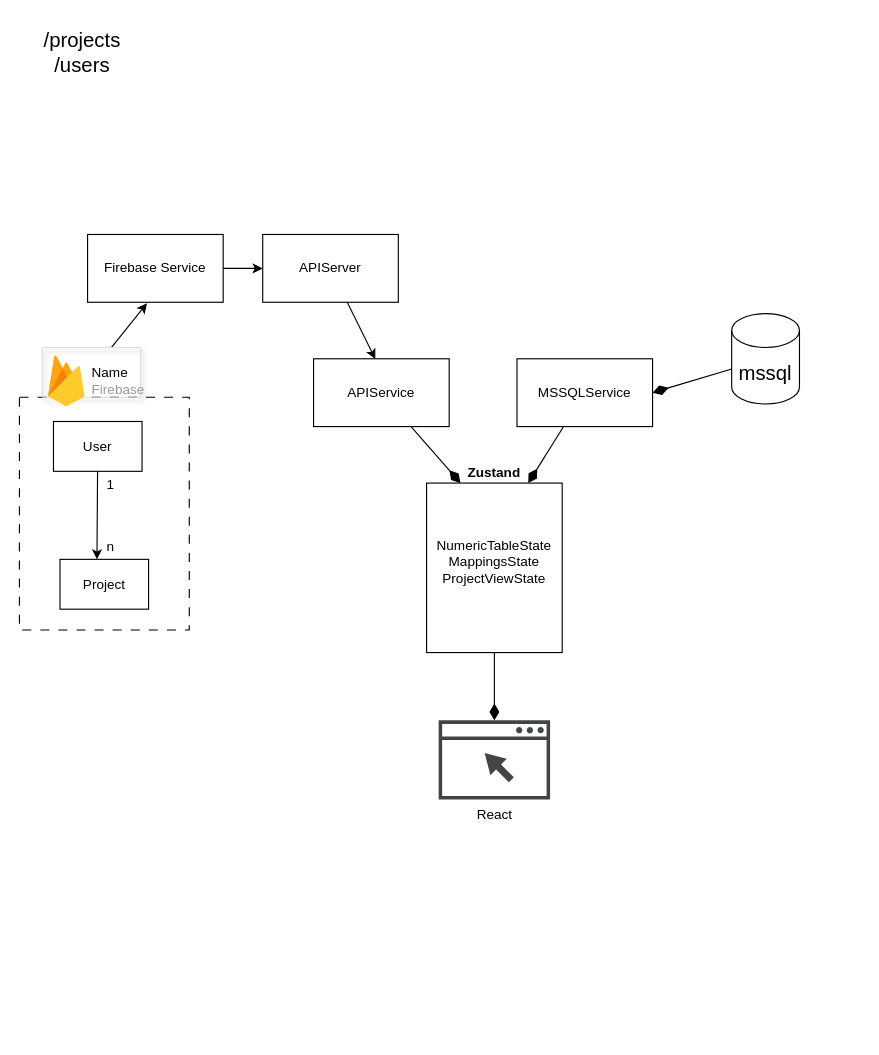
kipackjeong/WaterfallTool keeps this draw.io diagram as _notes/diagrams.drawio. Above is the earlier version. Source tidied: cells renumbered, new cells numbered last; positions are measured from the earlier drawing's top-left corner, leaving out a move shared by most shapes. Both pictures are drawn from the tidied source at 113%, with x=0, y=0 at pixel (19, 19).
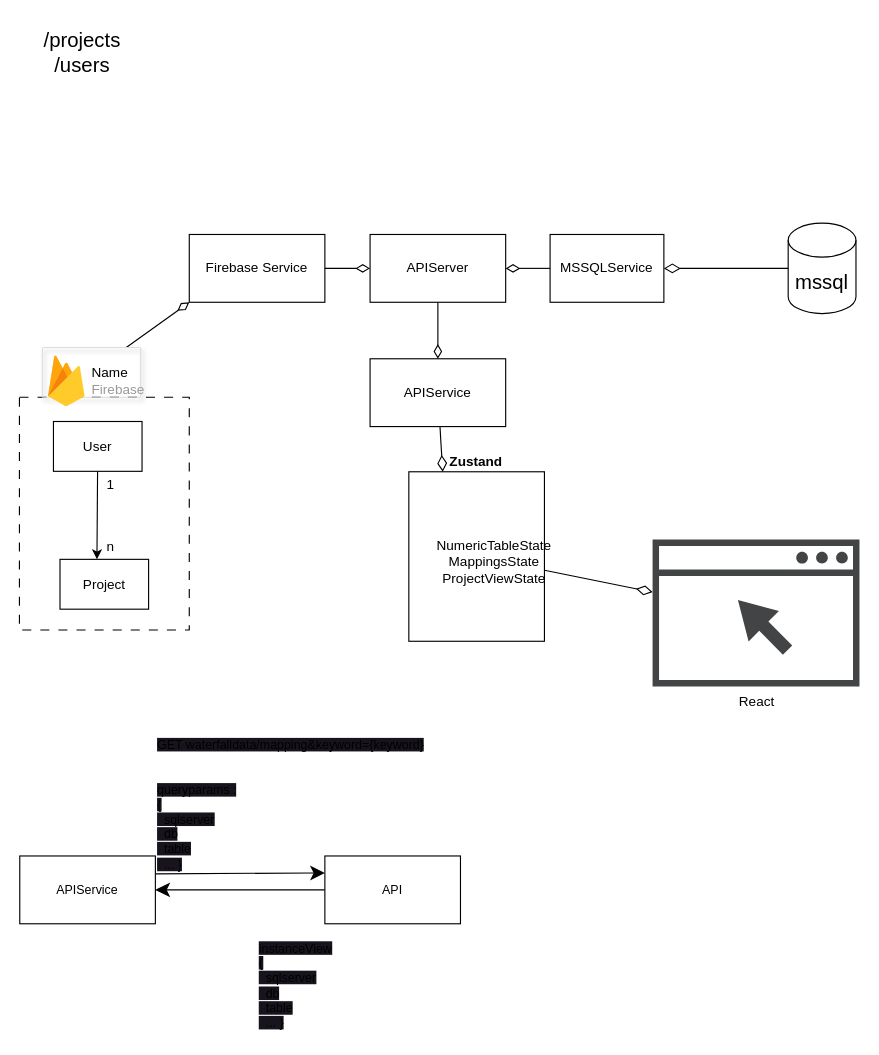
After the change.

The change refers to these unchanged cells:
```xml
<mxCell id="21" style="strokeColor=#dddddd;shadow=1;strokeWidth=1;rounded=1;absoluteArcSize=1;arcSize=2;fontFamily=Helvetica;fontSize=18;fontColor=default;fillColor=none;html=1;" parent="1" vertex="1">
  <mxGeometry x="20" y="290" width="87" height="44.1" as="geometry" />
</mxCell>
```

What changed in the source:
```diff
@@
-    <mxCell id="3" style="edgeStyle=none;html=1;entryX=1;entryY=0.5;entryDx=0;entryDy=0;fontFamily=Helvetica;fontSize=12;fontColor=default;endArrow=diamondThin;endFill=1;startSize=12;endSize=12;" parent="1" edge="1" source="4" target="11">
+    <mxCell id="3" style="edgeStyle=none;html=1;entryX=1;entryY=0.5;entryDx=0;entryDy=0;fontFamily=Helvetica;fontSize=12;fontColor=default;endArrow=diamondThin;endFill=0;startSize=12;endSize=12;" parent="1" edge="1" source="4" target="11">
       <mxGeometry relative="1" as="geometry" />
     </mxCell>
     <mxCell id="4" value="mssql" style="shape=cylinder3;whiteSpace=wrap;html=1;boundedLbl=1;backgroundOutline=1;size=15;strokeColor=default;fontFamily=Helvetica;fontSize=18;fontColor=default;fillColor=none;" parent="1" vertex="1">
-      <mxGeometry x="630" y="260" width="60" height="80" as="geometry" />
+      <mxGeometry x="680" y="180" width="60" height="80" as="geometry" />
     </mxCell>
@@
-    <mxCell id="6" style="edgeStyle=none;html=1;fontFamily=Helvetica;fontSize=12;fontColor=default;endArrow=diamondThin;endFill=1;startSize=12;endSize=12;" parent="1" edge="1" source="7" target="12">
+    <mxCell id="6" style="edgeStyle=none;html=1;fontFamily=Helvetica;fontSize=12;fontColor=default;endArrow=diamondThin;endFill=0;startSize=12;endSize=12;" parent="1" edge="1" source="7" target="12">
       <mxGeometry relative="1" as="geometry" />
     </mxCell>
     <mxCell id="7" value="&lt;b&gt;Zustand&lt;/b&gt;" style="whiteSpace=wrap;html=1;strokeColor=default;fontFamily=Helvetica;fontSize=12;fontColor=default;fillColor=none;labelPosition=center;verticalLabelPosition=top;align=center;verticalAlign=bottom;" parent="1" vertex="1">
-      <mxGeometry x="360" y="410" width="120" height="150" as="geometry" />
+      <mxGeometry x="344.3" y="400" width="120" height="150" as="geometry" />
     </mxCell>
-    <mxCell id="8" style="edgeStyle=none;html=1;entryX=0.25;entryY=0;entryDx=0;entryDy=0;fontFamily=Helvetica;fontSize=12;fontColor=default;endArrow=diamondThin;endFill=1;endSize=12;startSize=12;" parent="1" edge="1" source="9" target="7">
+    <mxCell id="8" style="edgeStyle=none;html=1;entryX=0.25;entryY=0;entryDx=0;entryDy=0;fontFamily=Helvetica;fontSize=12;fontColor=default;endArrow=diamondThin;endFill=0;endSize=12;startSize=12;" parent="1" edge="1" source="9" target="7">
       <mxGeometry relative="1" as="geometry" />
     </mxCell>
     <mxCell id="9" value="APIService" style="whiteSpace=wrap;html=1;strokeColor=default;fontFamily=Helvetica;fontSize=12;fontColor=default;fillColor=none;" parent="1" vertex="1">
-      <mxGeometry x="260" y="300" width="120" height="60" as="geometry" />
+      <mxGeometry x="310" y="300" width="120" height="60" as="geometry" />
     </mxCell>
-    <mxCell id="10" style="edgeStyle=none;html=1;fontFamily=Helvetica;fontSize=12;fontColor=default;endArrow=diamondThin;endFill=1;entryX=0.75;entryY=0;entryDx=0;entryDy=0;endSize=12;startSize=12;" parent="1" edge="1" source="11" target="7">
-      <mxGeometry relative="1" as="geometry" />
-    </mxCell>
+    <mxCell id="27" style="edgeStyle=none;html=1;entryX=1;entryY=0.5;entryDx=0;entryDy=0;endArrow=diamondThin;endFill=0;strokeWidth=1;endSize=10;" parent="1" edge="1" source="11" target="24">
+      <mxGeometry relative="1" as="geometry" />
+    </mxCell>
     <mxCell id="11" value="MSSQLService" style="whiteSpace=wrap;html=1;strokeColor=default;fontFamily=Helvetica;fontSize=12;fontColor=default;fillColor=none;" parent="1" vertex="1">
-      <mxGeometry x="440" y="300" width="120" height="60" as="geometry" />
+      <mxGeometry x="469.3" y="190" width="100.7" height="60" as="geometry" />
     </mxCell>
     <mxCell id="12" value="React" style="sketch=0;shadow=0;dashed=0;html=1;strokeColor=none;fillColor=#434445;labelPosition=center;verticalLabelPosition=bottom;verticalAlign=top;align=center;outlineConnect=0;shape=mxgraph.vvd.web_browser;fontFamily=Helvetica;fontSize=12;fontColor=default;" parent="1" vertex="1">
-      <mxGeometry x="370.7" y="620" width="98.6" height="70" as="geometry" />
+      <mxGeometry x="560" y="460" width="183.1" height="130" as="geometry" />
     </mxCell>
@@
-    <mxCell id="20" style="edgeStyle=none;html=1;entryX=0.438;entryY=1.016;entryDx=0;entryDy=0;entryPerimeter=0;" parent="1" edge="1" source="21" target="26">
+    <mxCell id="20" style="edgeStyle=none;html=1;entryX=0;entryY=1;entryDx=0;entryDy=0;endArrow=diamondThin;endFill=0;endSize=10;" parent="1" edge="1" source="21" target="26">
       <mxGeometry relative="1" as="geometry" />
     </mxCell>
@@
-    <mxCell id="23" style="edgeStyle=none;html=1;entryX=0.455;entryY=0.004;entryDx=0;entryDy=0;entryPerimeter=0;" parent="1" edge="1" source="24" target="9">
+    <mxCell id="23" style="edgeStyle=none;html=1;entryX=0.5;entryY=0;entryDx=0;entryDy=0;endArrow=diamondThin;endFill=0;endSize=10;" parent="1" edge="1" source="24" target="9">
       <mxGeometry relative="1" as="geometry" />
     </mxCell>
     <mxCell id="24" value="APIServer" style="whiteSpace=wrap;html=1;" parent="1" vertex="1">
-      <mxGeometry x="215" y="190" width="120" height="60" as="geometry" />
+      <mxGeometry x="310" y="190" width="120" height="60" as="geometry" />
     </mxCell>
-    <mxCell id="25" style="edgeStyle=none;html=1;" parent="1" edge="1" source="26" target="24">
+    <mxCell id="25" style="edgeStyle=none;shape=connector;rounded=1;html=1;entryX=0;entryY=0.5;entryDx=0;entryDy=0;labelBackgroundColor=default;strokeColor=default;strokeWidth=1;fontFamily=Helvetica;fontSize=11;fontColor=default;endArrow=diamondThin;endFill=0;endSize=10;" parent="1" edge="1" source="26" target="24">
       <mxGeometry relative="1" as="geometry" />
     </mxCell>
     <mxCell id="26" value="Firebase Service" style="whiteSpace=wrap;html=1;strokeColor=default;fontFamily=Helvetica;fontSize=12;fontColor=default;fillColor=none;" parent="1" vertex="1">
-      <mxGeometry x="60" y="190" width="120" height="60" as="geometry" />
+      <mxGeometry x="150" y="190" width="120" height="60" as="geometry" />
     </mxCell>
+    <mxCell id="28" style="edgeStyle=none;shape=connector;rounded=1;html=1;entryX=0;entryY=0.25;entryDx=0;entryDy=0;labelBackgroundColor=default;strokeColor=default;strokeWidth=1;fontFamily=Helvetica;fontSize=11;fontColor=default;startArrow=none;startFill=0;endArrow=classic;endFill=1;startSize=10;endSize=10;exitX=0;exitY=0.968;exitDx=0;exitDy=0;exitPerimeter=0;" parent="1" edge="1" source="32" target="31">
+      <mxGeometry relative="1" as="geometry" />
+    </mxCell>
+    <mxCell id="29" value="APIService" style="whiteSpace=wrap;html=1;fontFamily=Helvetica;fontSize=11;fontColor=default;" parent="1" vertex="1">
+      <mxGeometry y="740" width="120" height="60" as="geometry" />
+    </mxCell>
+    <mxCell id="30" style="edgeStyle=none;shape=connector;rounded=1;html=1;entryX=1;entryY=0.5;entryDx=0;entryDy=0;labelBackgroundColor=default;strokeColor=default;strokeWidth=1;fontFamily=Helvetica;fontSize=11;fontColor=default;startArrow=none;startFill=0;endArrow=classic;endFill=1;startSize=10;endSize=10;" parent="1" edge="1" source="31" target="29">
+      <mxGeometry relative="1" as="geometry" />
+    </mxCell>
+    <mxCell id="31" value="API" style="whiteSpace=wrap;html=1;fontFamily=Helvetica;fontSize=11;fontColor=default;" parent="1" vertex="1">
+      <mxGeometry x="270" y="740" width="120" height="60" as="geometry" />
+    </mxCell>
+    <mxCell id="32" value="&lt;span style=&quot;background-color: rgb(24, 20, 29);&quot;&gt;GET waterfalldata/mapping&amp;amp;keyword={keyword}&lt;br&gt;&lt;br&gt;&lt;/span&gt;&lt;br style=&quot;&quot;&gt;&lt;span style=&quot;background-color: rgb(24, 20, 29);&quot;&gt;queryparams :&lt;br&gt;{&lt;/span&gt;&lt;br style=&quot;&quot;&gt;&lt;span style=&quot;background-color: rgb(24, 20, 29);&quot;&gt;&amp;nbsp; sqlserver&lt;/span&gt;&lt;br style=&quot;&quot;&gt;&lt;span style=&quot;background-color: rgb(24, 20, 29);&quot;&gt;&amp;nbsp; db&lt;/span&gt;&lt;br style=&quot;&quot;&gt;&lt;span style=&quot;background-color: rgb(24, 20, 29);&quot;&gt;&amp;nbsp; table&lt;/span&gt;&lt;br style=&quot;&quot;&gt;&lt;span style=&quot;background-color: rgb(24, 20, 29);&quot;&gt;&amp;nbsp; ... }&lt;/span&gt;" style="text;html=1;align=left;verticalAlign=middle;points=[];strokeColor=none;fillColor=none;fontSize=11;fontFamily=Helvetica;fontColor=default;" parent="1" vertex="1">
+      <mxGeometry x="120" y="630" width="260" height="130" as="geometry" />
+    </mxCell>
+    <mxCell id="33" value="&lt;span style=&quot;background-color: rgb(24, 20, 29);&quot;&gt;instanceView&lt;/span&gt;&lt;br style=&quot;&quot;&gt;&lt;span style=&quot;background-color: rgb(24, 20, 29);&quot;&gt;{&lt;/span&gt;&lt;br style=&quot;&quot;&gt;&lt;span style=&quot;background-color: rgb(24, 20, 29);&quot;&gt;&amp;nbsp; sqlserver&lt;/span&gt;&lt;br style=&quot;&quot;&gt;&lt;span style=&quot;background-color: rgb(24, 20, 29);&quot;&gt;&amp;nbsp; db&lt;/span&gt;&lt;br style=&quot;&quot;&gt;&lt;span style=&quot;background-color: rgb(24, 20, 29);&quot;&gt;&amp;nbsp; table&lt;/span&gt;&lt;br style=&quot;&quot;&gt;&lt;span style=&quot;background-color: rgb(24, 20, 29);&quot;&gt;&amp;nbsp; ... }&lt;/span&gt;" style="text;html=1;align=left;verticalAlign=middle;strokeColor=none;fillColor=none;fontSize=11;fontFamily=Helvetica;fontColor=default;" parent="1" vertex="1">
+      <mxGeometry x="210" y="810" width="90" height="90" as="geometry" />
+    </mxCell>
```
